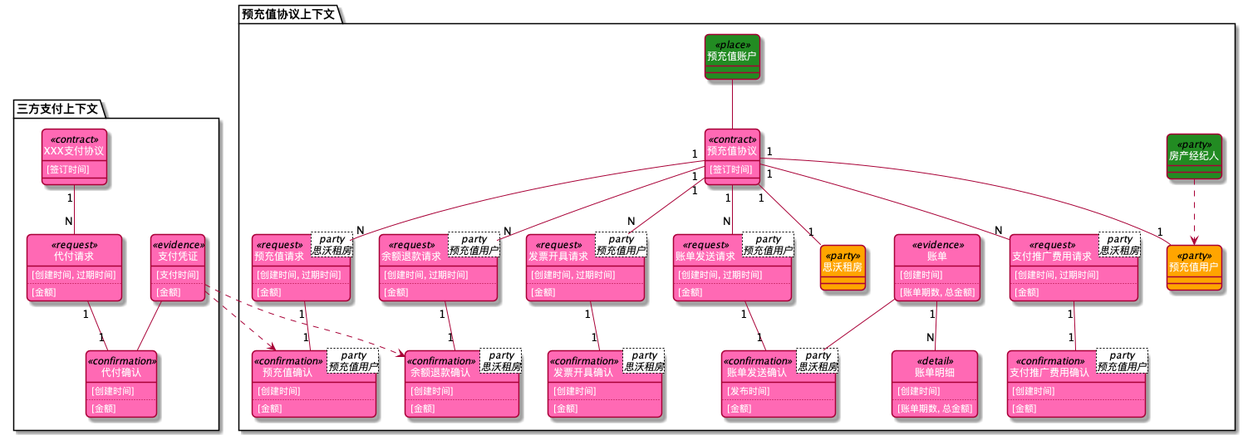
The PlantUML diagram 8x-flow2.png in behring/8x-flow-diagram, before a commit.
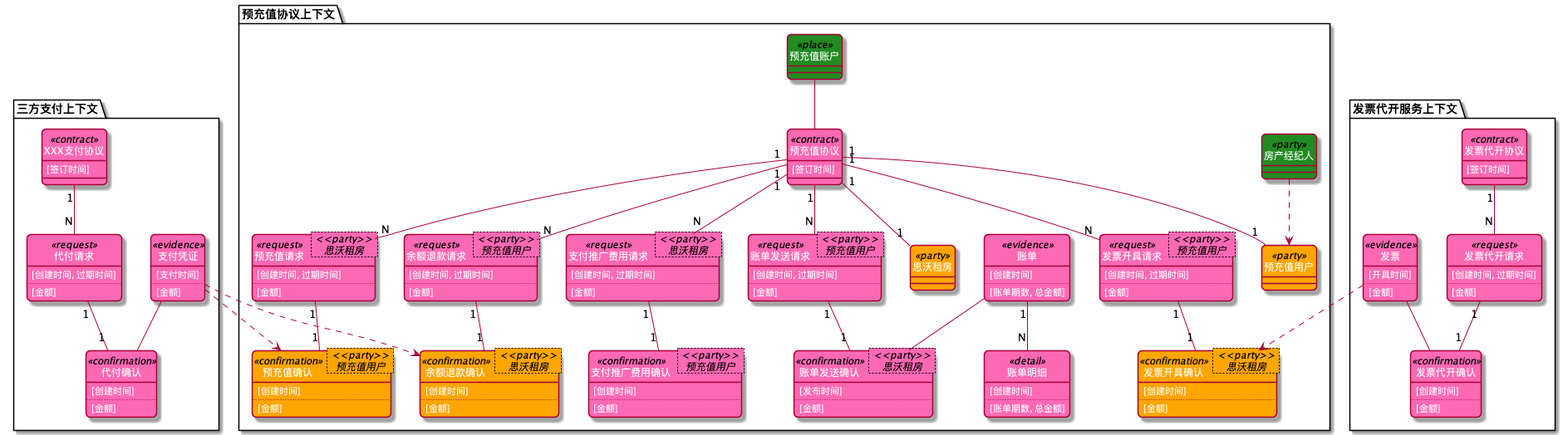
Later version of the same file.

What changed in the source:
```diff
@@ -1,7 +1,6 @@
 @startuml
 skinparam classFontColor White
 skinparam classAttributeFontColor White
-skinparam classBackgroundColor HotPink
 skinparam roundCorner 10
 hide circle
             package <color:black>预充值协议上下文</color> {
@@ -30,7 +29,7 @@
 预充值账户  --  预充值协议
 
 
-class 预充值协议<<contract>> {
+class 预充值协议<<contract>> #HotPink{
     [签订时间]
 
 
@@ -42,14 +41,14 @@
 预充值协议  "1" -- "1"  思沃租房
 预充值协议  "1" -- "N"  预充值请求
 
-class 预充值请求<party\n思沃租房><<request>> {
+class 预充值请求< <<party>> \n 思沃租房 ><<request>> #HotPink{
     [创建时间, 过期时间]
     ..
     [金额]
 }
 预充值请求  "1" -- "1"  预充值确认
 
-class 预充值确认<party\n预充值用户><<confirmation>> {
+class 预充值确认< <<party>> \n 预充值用户 ><<confirmation>> #Orange{
     [创建时间]
     ..
     [金额]
@@ -57,14 +56,14 @@
 
 预充值协议  "1" -- "N"  余额退款请求
 
-class 余额退款请求<party\n预充值用户><<request>> {
+class 余额退款请求< <<party>> \n 预充值用户 ><<request>> #HotPink{
     [创建时间, 过期时间]
     ..
     [金额]
 }
 余额退款请求  "1" -- "1"  余额退款确认
 
-class 余额退款确认<party\n思沃租房><<confirmation>> {
+class 余额退款确认< <<party>> \n 思沃租房 ><<confirmation>> #Orange{
     [创建时间]
     ..
     [金额]
@@ -72,14 +71,14 @@
 
 预充值协议  "1" -- "N"  发票开具请求
 
-class 发票开具请求<party\n预充值用户><<request>> {
+class 发票开具请求< <<party>> \n 预充值用户 ><<request>> #HotPink{
     [创建时间, 过期时间]
     ..
     [金额]
 }
 发票开具请求  "1" -- "1"  发票开具确认
 
-class 发票开具确认<party\n思沃租房><<confirmation>> {
+class 发票开具确认< <<party>> \n 思沃租房 ><<confirmation>> #Orange{
     [创建时间]
     ..
     [金额]
@@ -87,26 +86,26 @@
 
 预充值协议  "1" -- "N"  账单发送请求
 
-class 账单发送请求<party\n预充值用户><<request>> {
+class 账单发送请求< <<party>> \n 预充值用户 ><<request>> #HotPink{
     [创建时间, 过期时间]
     ..
     [金额]
 }
 账单发送请求  "1" -- "1"  账单发送确认
 
-class 账单发送确认<party\n思沃租房><<confirmation>> {
+class 账单发送确认< <<party>> \n 思沃租房 ><<confirmation>> #HotPink{
     [发布时间]
     ..
     [金额]
 }
 
-class 账单<<evidence>> {
+class 账单<<evidence>> #HotPink{
     [创建时间]
     ..
     [账单期数, 总金额]
 }
 
-class 账单明细<<detail>> {
+class 账单明细<<detail>> #HotPink{
     [创建时间]
     ..
     [账单期数, 总金额]
@@ -117,14 +116,14 @@
 
 预充值协议  "1" -- "N"  支付推广费用请求
 
-class 支付推广费用请求<party\n思沃租房><<request>> {
+class 支付推广费用请求< <<party>> \n 思沃租房 ><<request>> #HotPink{
     [创建时间, 过期时间]
     ..
     [金额]
 }
 支付推广费用请求  "1" -- "1"  支付推广费用确认
 
-class 支付推广费用确认<party\n预充值用户><<confirmation>> {
+class 支付推广费用确认< <<party>> \n 预充值用户 ><<confirmation>> #HotPink{
     [创建时间]
     ..
     [金额]
@@ -140,27 +139,27 @@
 
             }
 
-class XXX支付协议<<contract>> {
+class XXX支付协议<<contract>> #HotPink{
     [签订时间]
 
 
 }
 XXX支付协议  "1" -- "N"  代付请求
 
-class 代付请求<<request>> {
+class 代付请求<<request>> #HotPink{
     [创建时间, 过期时间]
     ..
     [金额]
 }
 代付请求  "1" -- "1"  代付确认
 
-class 代付确认<<confirmation>> {
+class 代付确认<<confirmation>> #HotPink{
     [创建时间]
     ..
     [金额]
 }
 
-class 支付凭证<<evidence>> {
+class 支付凭证<<evidence>> #HotPink{
     [支付时间]
     ..
     [金额]
@@ -172,4 +171,43 @@
 
 
 
+            package <color:black>发票代开服务上下文</color> {
+                class 发票代开协议
+class 发票代开请求
+class 发票代开确认
+class 发票
+
+            }
+
+class 发票代开协议<<contract>> #HotPink{
+    [签订时间]
+
+
+}
+发票代开协议  "1" -- "N"  发票代开请求
+
+class 发票代开请求<<request>> #HotPink{
+    [创建时间, 过期时间]
+    ..
+    [金额]
+}
+发票代开请求  "1" -- "1"  发票代开确认
+
+class 发票代开确认<<confirmation>> #HotPink{
+    [创建时间]
+    ..
+    [金额]
+}
+
+class 发票<<evidence>> #HotPink{
+    [开具时间]
+    ..
+    [金额]
+}
+发票  ..>  发票开具确认
+
+发票  --  发票代开确认
+
+
+
 @enduml
```
